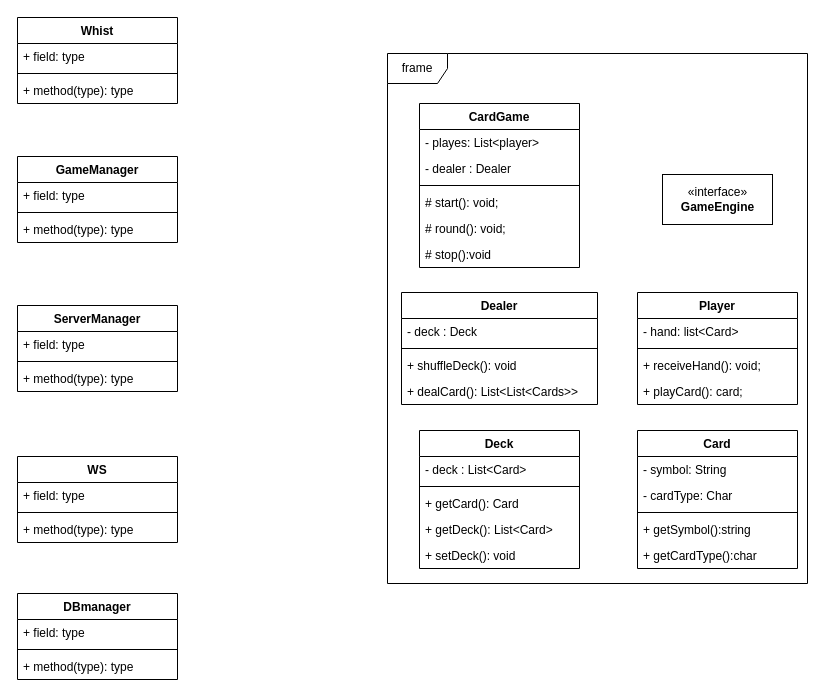
The draw.io diagram KlasseDiagram.drawio in MarcusBou/KortKlubben, before the edit. Source tidied: cells renumbered, new cells numbered last; positions are measured from the earlier drawing's top-left corner, leaving out a move shared by most shapes. Both pictures are drawn from the tidied source at 100%, with x=0, y=0 at pixel (17, 17).
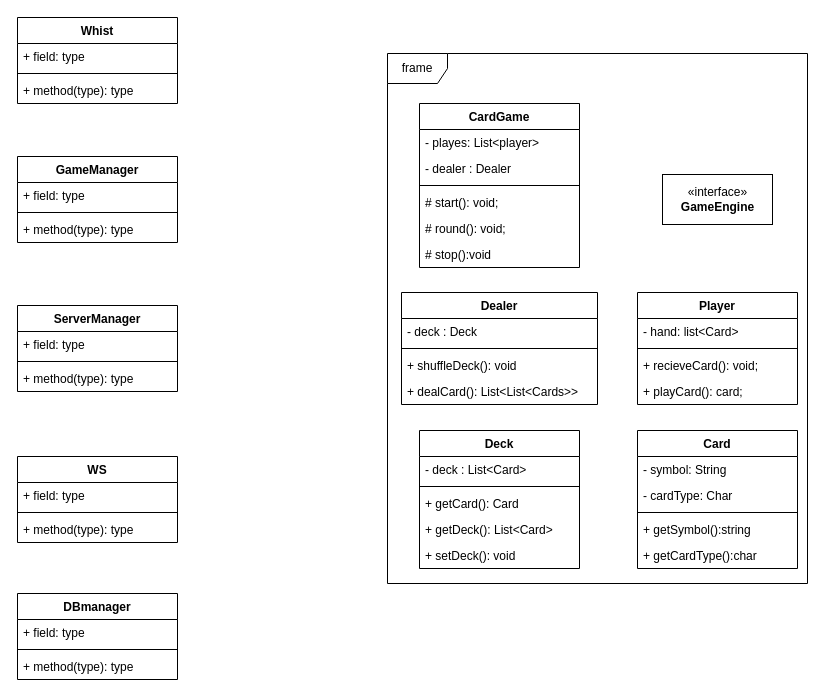
The same diagram, later.

The change refers to these unchanged cells:
```xml
<mxCell id="3" value="Player" style="swimlane;fontStyle=1;align=center;verticalAlign=top;horizontal=1;startSize=26;" parent="1" vertex="1">
  <mxGeometry x="620" y="275" width="160" height="112" as="geometry" />
</mxCell>
```

What changed in the source:
```diff
@@
-    <mxCell id="6" value="+ receiveHand(): void;" style="text;strokeColor=none;fillColor=none;align=left;verticalAlign=top;spacingLeft=4;spacingRight=4;overflow=hidden;" parent="3" vertex="1">
+    <mxCell id="6" value="+ recieveCard(): void;" style="text;strokeColor=none;fillColor=none;align=left;verticalAlign=top;spacingLeft=4;spacingRight=4;overflow=hidden;" parent="3" vertex="1">
       <mxGeometry y="60" width="160" height="26" as="geometry" />
     </mxCell>
```
